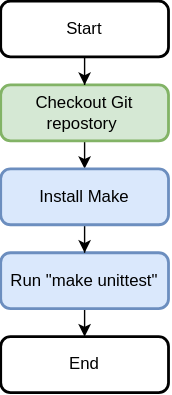
Before: docs/run_integration_test/run_integration_tests_job.svg, a diagram exported from draw.io (Cray-HPE/hms-build-image-workflows). Source tidied: cells renumbered, new cells last; positions are measured from the earlier drawing's top-left corner, leaving out a move shared by most shapes. The source it was exported from:
```xml
<mxGraphModel>
  <root>
    <mxCell id="0" />
    <mxCell id="1" parent="0" />
    <mxCell id="2" style="edgeStyle=orthogonalEdgeStyle;rounded=0;jettySize=auto;html=1;exitX=0.5;exitY=1;exitDx=0;exitDy=0;entryX=0.5;entryY=0;entryDx=0;entryDy=0;" parent="1" edge="1" source="3">
      <mxGeometry relative="1" as="geometry">
        <mxPoint x="60" y="120" as="targetPoint" />
      </mxGeometry>
    </mxCell>
    <mxCell id="3" value="&lt;span&gt;Checkout Git repostory&amp;nbsp;&lt;/span&gt;" style="rounded=1;whiteSpace=wrap;html=1;absoluteArcSize=1;arcSize=14;strokeWidth=2;fillColor=#d5e8d4;strokeColor=#82b366;" parent="1" vertex="1">
      <mxGeometry y="60" width="120" height="40" as="geometry" />
    </mxCell>
    <mxCell id="4" style="edgeStyle=orthogonalEdgeStyle;rounded=0;jettySize=auto;html=1;exitX=0.5;exitY=1;exitDx=0;exitDy=0;fontSize=11;" parent="1" edge="1" source="5" target="3">
      <mxGeometry relative="1" as="geometry" />
    </mxCell>
    <mxCell id="5" value="Start" style="rounded=1;whiteSpace=wrap;html=1;absoluteArcSize=1;arcSize=14;strokeWidth=2;" parent="1" vertex="1">
      <mxGeometry width="120" height="40" as="geometry" />
    </mxCell>
    <mxCell id="6" style="edgeStyle=orthogonalEdgeStyle;rounded=0;jettySize=auto;html=1;exitX=0.5;exitY=1;exitDx=0;exitDy=0;entryX=0.5;entryY=0;entryDx=0;entryDy=0;" parent="1" edge="1" source="7" target="10">
      <mxGeometry relative="1" as="geometry" />
    </mxCell>
    <mxCell id="7" value="Run &quot;make unittest&quot;" style="rounded=1;whiteSpace=wrap;html=1;absoluteArcSize=1;arcSize=14;strokeWidth=2;fillColor=#dae8fc;strokeColor=#6c8ebf;" parent="1" vertex="1">
      <mxGeometry y="180" width="120" height="40" as="geometry" />
    </mxCell>
    <mxCell id="8" style="edgeStyle=orthogonalEdgeStyle;rounded=0;jettySize=auto;html=1;exitX=0.5;exitY=1;exitDx=0;exitDy=0;" parent="1" edge="1" source="9" target="7">
      <mxGeometry relative="1" as="geometry" />
    </mxCell>
    <mxCell id="9" value="Install Make" style="rounded=1;whiteSpace=wrap;html=1;absoluteArcSize=1;arcSize=14;strokeWidth=2;fillColor=#dae8fc;strokeColor=#6c8ebf;" parent="1" vertex="1">
      <mxGeometry y="120" width="120" height="40" as="geometry" />
    </mxCell>
    <mxCell id="10" value="End" style="rounded=1;whiteSpace=wrap;html=1;absoluteArcSize=1;arcSize=14;strokeWidth=2;" parent="1" vertex="1">
      <mxGeometry y="240" width="120" height="40" as="geometry" />
    </mxCell>
  </root>
</mxGraphModel>
```
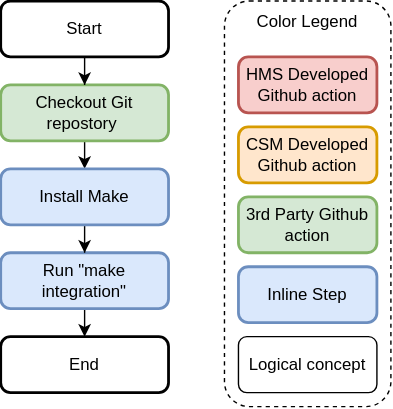
After the change.

Commit message:
Add legend to run test images, and added draw.io file

Diff of the diagram source:
```diff
@@ -19,7 +19,7 @@
     <mxCell id="6" style="edgeStyle=orthogonalEdgeStyle;rounded=0;jettySize=auto;html=1;exitX=0.5;exitY=1;exitDx=0;exitDy=0;entryX=0.5;entryY=0;entryDx=0;entryDy=0;" parent="1" edge="1" source="7" target="10">
       <mxGeometry relative="1" as="geometry" />
     </mxCell>
-    <mxCell id="7" value="Run &quot;make unittest&quot;" style="rounded=1;whiteSpace=wrap;html=1;absoluteArcSize=1;arcSize=14;strokeWidth=2;fillColor=#dae8fc;strokeColor=#6c8ebf;" parent="1" vertex="1">
+    <mxCell id="7" value="Run &quot;make integration&quot;" style="rounded=1;whiteSpace=wrap;html=1;absoluteArcSize=1;arcSize=14;strokeWidth=2;fillColor=#dae8fc;strokeColor=#6c8ebf;" parent="1" vertex="1">
       <mxGeometry y="180" width="120" height="40" as="geometry" />
     </mxCell>
     <mxCell id="8" style="edgeStyle=orthogonalEdgeStyle;rounded=0;jettySize=auto;html=1;exitX=0.5;exitY=1;exitDx=0;exitDy=0;" parent="1" edge="1" source="9" target="7">
@@ -31,5 +31,26 @@
     <mxCell id="10" value="End" style="rounded=1;whiteSpace=wrap;html=1;absoluteArcSize=1;arcSize=14;strokeWidth=2;" parent="1" vertex="1">
       <mxGeometry y="240" width="120" height="40" as="geometry" />
     </mxCell>
+    <mxCell id="11" style="rounded=1;whiteSpace=wrap;html=1;dashed=1;" parent="1" vertex="1">
+      <mxGeometry x="160" width="119" height="290" as="geometry" />
+    </mxCell>
+    <mxCell id="12" value="3rd Party Github action" style="rounded=1;whiteSpace=wrap;html=1;absoluteArcSize=1;arcSize=14;strokeWidth=2;fillColor=#d5e8d4;strokeColor=#82b366;" parent="1" vertex="1">
+      <mxGeometry x="170" y="140" width="99" height="40" as="geometry" />
+    </mxCell>
+    <mxCell id="13" value="HMS Developed Github action" style="rounded=1;whiteSpace=wrap;html=1;absoluteArcSize=1;arcSize=14;strokeWidth=2;fillColor=#f8cecc;strokeColor=#b85450;" parent="1" vertex="1">
+      <mxGeometry x="170" y="40" width="99" height="40" as="geometry" />
+    </mxCell>
+    <mxCell id="14" value="Inline Step" style="rounded=1;whiteSpace=wrap;html=1;absoluteArcSize=1;arcSize=14;strokeWidth=2;fillColor=#dae8fc;strokeColor=#6c8ebf;" parent="1" vertex="1">
+      <mxGeometry x="170" y="190" width="99" height="40" as="geometry" />
+    </mxCell>
+    <mxCell id="15" value="CSM Developed Github action" style="rounded=1;whiteSpace=wrap;html=1;absoluteArcSize=1;arcSize=14;strokeWidth=2;fillColor=#ffe6cc;strokeColor=#d79b00;" parent="1" vertex="1">
+      <mxGeometry x="170" y="90" width="99" height="40" as="geometry" />
+    </mxCell>
+    <mxCell id="16" value="Logical concept" style="rounded=1;whiteSpace=wrap;html=1;" parent="1" vertex="1">
+      <mxGeometry x="170" y="240" width="99" height="40" as="geometry" />
+    </mxCell>
+    <mxCell id="17" value="Color Legend" style="text;html=1;strokeColor=none;fillColor=none;align=center;verticalAlign=middle;whiteSpace=wrap;rounded=0;" parent="1" vertex="1">
+      <mxGeometry x="170" width="99" height="30" as="geometry" />
+    </mxCell>
   </root>
 </mxGraphModel>
```
